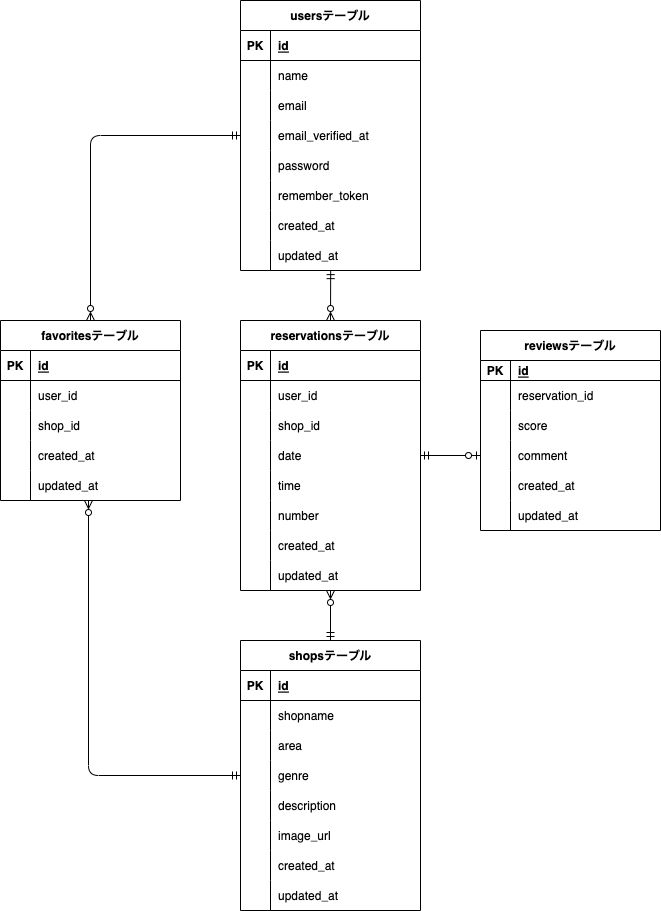
Above: public/images/er.png in skanatsu/20240114_kanatsu_Rese (draw.io), before the change. Source tidied: cells renumbered, new cells last; positions are measured from the earlier drawing's top-left corner, leaving out a move shared by most shapes.
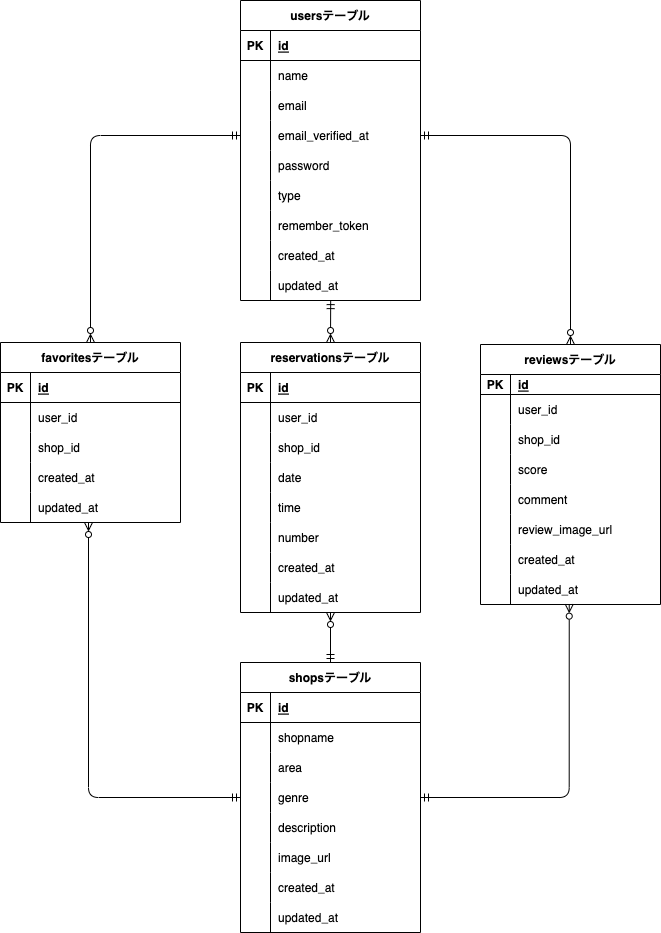
The same diagram one commit later.

The edit, as a diff of the source:
```diff
@@ -3,7 +3,7 @@
     <mxCell id="0" />
     <mxCell id="1" parent="0" />
     <mxCell id="2" value="usersテーブル" style="shape=table;startSize=30;rowLines=0;fontStyle=1;align=center;" parent="1" vertex="1">
-      <mxGeometry x="240" width="180" height="270" as="geometry" />
+      <mxGeometry x="240" y="-22" width="180" height="300" as="geometry" />
     </mxCell>
     <mxCell id="3" style="shape=tableRow;horizontal=0;startSize=0;swimlaneHead=0;swimlaneBody=0;fillColor=none;top=0;left=0;right=0;bottom=1;" parent="2" vertex="1">
       <mxGeometry y="30" width="180" height="30" as="geometry" />
@@ -50,8 +50,17 @@
     <mxCell id="17" value="password" style="shape=partialRectangle;fillColor=none;top=0;left=0;bottom=0;right=0;align=left;spacingLeft=6;overflow=hidden;" parent="15" vertex="1">
       <mxGeometry x="30" width="150" height="30" as="geometry" />
     </mxCell>
+    <mxCell id="117" style="shape=tableRow;horizontal=0;startSize=0;swimlaneHead=0;swimlaneBody=0;fillColor=none;top=0;left=0;right=0;bottom=0;" parent="2" vertex="1">
+      <mxGeometry y="180" width="180" height="30" as="geometry" />
+    </mxCell>
+    <mxCell id="118" style="shape=partialRectangle;fillColor=none;top=0;left=0;bottom=0;right=0;overflow=hidden;" parent="117" vertex="1">
+      <mxGeometry width="30" height="30" as="geometry" />
+    </mxCell>
+    <mxCell id="119" value="type" style="shape=partialRectangle;fillColor=none;top=0;left=0;bottom=0;right=0;align=left;spacingLeft=6;overflow=hidden;" parent="117" vertex="1">
+      <mxGeometry x="30" width="150" height="30" as="geometry" />
+    </mxCell>
     <mxCell id="18" style="shape=tableRow;horizontal=0;startSize=0;swimlaneHead=0;swimlaneBody=0;fillColor=none;top=0;left=0;right=0;bottom=0;" parent="2" vertex="1">
-      <mxGeometry y="180" width="180" height="30" as="geometry" />
+      <mxGeometry y="210" width="180" height="30" as="geometry" />
     </mxCell>
     <mxCell id="19" style="shape=partialRectangle;fillColor=none;top=0;left=0;bottom=0;right=0;overflow=hidden;" parent="18" vertex="1">
       <mxGeometry width="30" height="30" as="geometry" />
@@ -60,7 +69,7 @@
       <mxGeometry x="30" width="150" height="30" as="geometry" />
     </mxCell>
     <mxCell id="21" style="shape=tableRow;horizontal=0;startSize=0;swimlaneHead=0;swimlaneBody=0;fillColor=none;top=0;left=0;right=0;bottom=0;" parent="2" vertex="1">
-      <mxGeometry y="210" width="180" height="30" as="geometry" />
+      <mxGeometry y="240" width="180" height="30" as="geometry" />
     </mxCell>
     <mxCell id="22" style="shape=partialRectangle;fillColor=none;top=0;left=0;bottom=0;right=0;overflow=hidden;" parent="21" vertex="1">
       <mxGeometry width="30" height="30" as="geometry" />
@@ -69,7 +78,7 @@
       <mxGeometry x="30" width="150" height="30" as="geometry" />
     </mxCell>
     <mxCell id="24" style="shape=tableRow;horizontal=0;startSize=0;swimlaneHead=0;swimlaneBody=0;fillColor=none;points=[[0,0.5],[1,0.5]];portConstraint=eastwest;top=0;left=0;right=0;bottom=0;" parent="2" vertex="1">
-      <mxGeometry y="240" width="180" height="30" as="geometry" />
+      <mxGeometry y="270" width="180" height="30" as="geometry" />
     </mxCell>
     <mxCell id="25" style="shape=partialRectangle;fillColor=none;top=0;left=0;bottom=0;right=0;overflow=hidden;" parent="24" vertex="1">
       <mxGeometry width="30" height="30" as="geometry" />
@@ -276,7 +285,7 @@
       <mxGeometry x="30" width="150" height="30" as="geometry" />
     </mxCell>
     <mxCell id="93" value="reviewsテーブル" style="shape=table;startSize=30;rowLines=0;fontStyle=1;align=center;" parent="1" vertex="1">
-      <mxGeometry x="480" y="330" width="180" height="200" as="geometry" />
+      <mxGeometry x="480" y="322" width="180" height="260" as="geometry" />
     </mxCell>
     <mxCell id="94" style="shape=tableRow;horizontal=0;startSize=0;swimlaneHead=0;swimlaneBody=0;fillColor=none;top=0;left=0;right=0;bottom=1;" parent="93" vertex="1">
       <mxGeometry y="30" width="180" height="20" as="geometry" />
@@ -293,11 +302,20 @@
     <mxCell id="98" style="shape=partialRectangle;fillColor=none;top=0;left=0;bottom=0;right=0;overflow=hidden;" parent="97" vertex="1">
       <mxGeometry width="30" height="30" as="geometry" />
     </mxCell>
-    <mxCell id="99" value="reservation_id" style="shape=partialRectangle;fillColor=none;top=0;left=0;bottom=0;right=0;align=left;spacingLeft=6;overflow=hidden;" parent="97" vertex="1">
+    <mxCell id="99" value="user_id" style="shape=partialRectangle;fillColor=none;top=0;left=0;bottom=0;right=0;align=left;spacingLeft=6;overflow=hidden;" parent="97" vertex="1">
       <mxGeometry x="30" width="150" height="30" as="geometry" />
     </mxCell>
+    <mxCell id="120" style="shape=tableRow;horizontal=0;startSize=0;swimlaneHead=0;swimlaneBody=0;fillColor=none;top=0;left=0;right=0;bottom=0;" parent="93" vertex="1">
+      <mxGeometry y="80" width="180" height="30" as="geometry" />
+    </mxCell>
+    <mxCell id="121" style="shape=partialRectangle;fillColor=none;top=0;left=0;bottom=0;right=0;overflow=hidden;" parent="120" vertex="1">
+      <mxGeometry width="30" height="30" as="geometry" />
+    </mxCell>
+    <mxCell id="122" value="shop_id" style="shape=partialRectangle;fillColor=none;top=0;left=0;bottom=0;right=0;align=left;spacingLeft=6;overflow=hidden;" parent="120" vertex="1">
+      <mxGeometry x="30" width="150" height="30" as="geometry" />
+    </mxCell>
     <mxCell id="100" style="shape=tableRow;horizontal=0;startSize=0;swimlaneHead=0;swimlaneBody=0;fillColor=none;top=0;left=0;right=0;bottom=0;" parent="93" vertex="1">
-      <mxGeometry y="80" width="180" height="30" as="geometry" />
+      <mxGeometry y="110" width="180" height="30" as="geometry" />
     </mxCell>
     <mxCell id="101" style="shape=partialRectangle;fillColor=none;top=0;left=0;bottom=0;right=0;overflow=hidden;" parent="100" vertex="1">
       <mxGeometry width="30" height="30" as="geometry" />
@@ -306,7 +324,7 @@
       <mxGeometry x="30" width="150" height="30" as="geometry" />
     </mxCell>
     <mxCell id="103" style="shape=tableRow;horizontal=0;startSize=0;swimlaneHead=0;swimlaneBody=0;fillColor=none;points=[[0,0.5],[1,0.5]];portConstraint=eastwest;top=0;left=0;right=0;bottom=0;" parent="93" vertex="1">
-      <mxGeometry y="110" width="180" height="30" as="geometry" />
+      <mxGeometry y="140" width="180" height="30" as="geometry" />
     </mxCell>
     <mxCell id="104" style="shape=partialRectangle;fillColor=none;top=0;left=0;bottom=0;right=0;overflow=hidden;" parent="103" vertex="1">
       <mxGeometry width="30" height="30" as="geometry" />
@@ -314,8 +332,17 @@
     <mxCell id="105" value="comment" style="shape=partialRectangle;fillColor=none;top=0;left=0;bottom=0;right=0;align=left;spacingLeft=6;overflow=hidden;" parent="103" vertex="1">
       <mxGeometry x="30" width="150" height="30" as="geometry" />
     </mxCell>
+    <mxCell id="123" style="shape=tableRow;horizontal=0;startSize=0;swimlaneHead=0;swimlaneBody=0;fillColor=none;top=0;left=0;right=0;bottom=0;" parent="93" vertex="1">
+      <mxGeometry y="170" width="180" height="30" as="geometry" />
+    </mxCell>
+    <mxCell id="124" style="shape=partialRectangle;fillColor=none;top=0;left=0;bottom=0;right=0;overflow=hidden;" parent="123" vertex="1">
+      <mxGeometry width="30" height="30" as="geometry" />
+    </mxCell>
+    <mxCell id="125" value="review_image_url" style="shape=partialRectangle;fillColor=none;top=0;left=0;bottom=0;right=0;align=left;spacingLeft=6;overflow=hidden;" parent="123" vertex="1">
+      <mxGeometry x="30" width="150" height="30" as="geometry" />
+    </mxCell>
     <mxCell id="106" style="shape=tableRow;horizontal=0;startSize=0;swimlaneHead=0;swimlaneBody=0;fillColor=none;top=0;left=0;right=0;bottom=0;" parent="93" vertex="1">
-      <mxGeometry y="140" width="180" height="30" as="geometry" />
+      <mxGeometry y="200" width="180" height="30" as="geometry" />
     </mxCell>
     <mxCell id="107" style="shape=partialRectangle;fillColor=none;top=0;left=0;bottom=0;right=0;overflow=hidden;" parent="106" vertex="1">
       <mxGeometry width="30" height="30" as="geometry" />
@@ -324,7 +351,7 @@
       <mxGeometry x="30" width="150" height="30" as="geometry" />
     </mxCell>
     <mxCell id="109" style="shape=tableRow;horizontal=0;startSize=0;swimlaneHead=0;swimlaneBody=0;fillColor=none;points=[[0,0.5],[1,0.5]];portConstraint=eastwest;top=0;left=0;right=0;bottom=0;" parent="93" vertex="1">
-      <mxGeometry y="170" width="180" height="30" as="geometry" />
+      <mxGeometry y="230" width="180" height="30" as="geometry" />
     </mxCell>
     <mxCell id="110" style="shape=partialRectangle;fillColor=none;top=0;left=0;bottom=0;right=0;overflow=hidden;" parent="109" vertex="1">
       <mxGeometry width="30" height="30" as="geometry" />
@@ -351,8 +378,11 @@
         </Array>
       </mxGeometry>
     </mxCell>
-    <mxCell id="116" style="fontSize=12;html=1;endArrow=ERzeroToOne;startArrow=ERmandOne;endFill=0;exitX=1;exitY=0.5;exitDx=0;exitDy=0;entryX=0;entryY=0.5;entryDx=0;entryDy=0;" parent="1" edge="1" source="78" target="103">
-      <mxGeometry relative="1" as="geometry" />
-    </mxCell>
+    <mxCell id="126" style="edgeStyle=orthogonalEdgeStyle;fontSize=12;html=1;endArrow=ERzeroToMany;startArrow=ERmandOne;endFill=0;exitX=1;exitY=0.5;exitDx=0;exitDy=0;entryX=0.5;entryY=0;entryDx=0;entryDy=0;" parent="1" edge="1" source="12" target="93">
+      <mxGeometry relative="1" as="geometry" />
+    </mxCell>
+    <mxCell id="127" style="edgeStyle=orthogonalEdgeStyle;fontSize=12;html=1;endArrow=ERzeroToMany;startArrow=ERmandOne;endFill=0;exitX=1;exitY=0.5;exitDx=0;exitDy=0;entryX=0.493;entryY=0.989;entryDx=0;entryDy=0;entryPerimeter=0;" parent="1" edge="1" source="37" target="109">
+      <mxGeometry relative="1" as="geometry" />
+    </mxCell>
   </root>
 </mxGraphModel>
```
